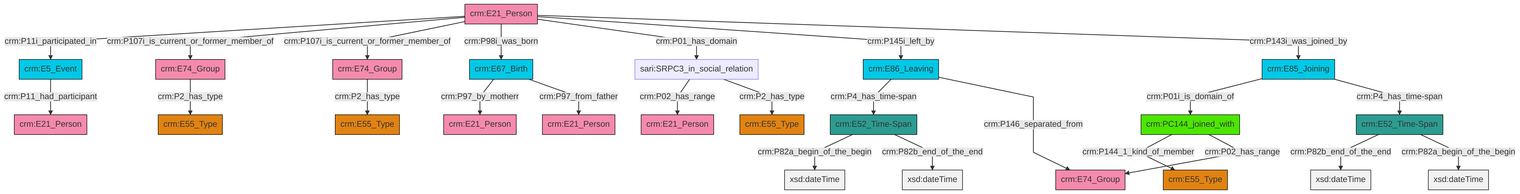
Earlier version of the Mermaid export et/personCSV/ttl/mmd/png/Person_Actor_Relations.png (swiss-art-research-net/reference-data-models). Its source is kept beside it as et/personCSV/ttl/mmd/Person_Actor_Relations.ttl.mmd.
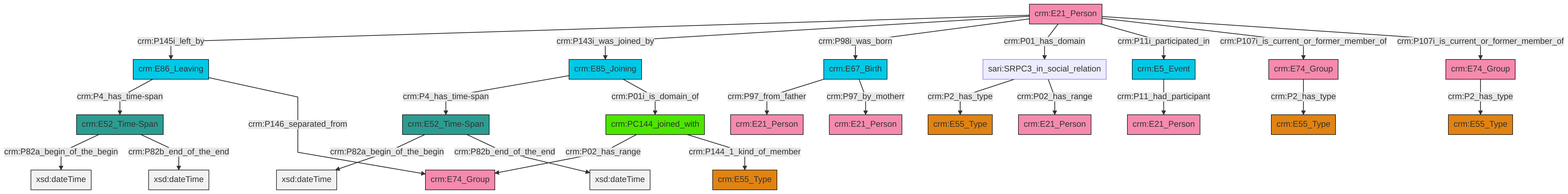
Later version of the same file.

What changed in the source:
```diff
@@ -13,27 +13,27 @@
 classDef PC_Classes fill:#4ce600, stroke:#000000;
 classDef Multi fill:#cccccc,stroke:#000000;
 
-4["crm:E21_Person"]:::Actor -->|crm:P11i_participated_in| 6["crm:E5_Event"]:::Temporal_Entity
-2["sari:SRPC3_in_social_relation"]:::Default -->|crm:P02_has_range| 7["crm:E21_Person"]:::Actor
-4["crm:E21_Person"]:::Actor -->|crm:P107i_is_current_or_former_member_of| 10["crm:E74_Group"]:::Actor
-4["crm:E21_Person"]:::Actor -->|crm:P107i_is_current_or_former_member_of| 17["crm:E74_Group"]:::Actor
-4["crm:E21_Person"]:::Actor -->|crm:P98i_was_born| 18["crm:E67_Birth"]:::Temporal_Entity
-4["crm:E21_Person"]:::Actor -->|crm:P01_has_domain| 2["sari:SRPC3_in_social_relation"]:::Default
-18["crm:E67_Birth"]:::Temporal_Entity -->|crm:P97_by_motherr| 8["crm:E21_Person"]:::Actor
-2["sari:SRPC3_in_social_relation"]:::Default -->|crm:P2_has_type| 22["crm:E55_Type"]:::Type
-4["crm:E21_Person"]:::Actor -->|crm:P145i_left_by| 0["crm:E86_Leaving"]:::Temporal_Entity
-26["crm:E52_Time-Span"]:::Time-Span -->|crm:P82a_begin_of_the_begin| 27[xsd:dateTime]:::Literal
-18["crm:E67_Birth"]:::Temporal_Entity -->|crm:P97_from_father| 28["crm:E21_Person"]:::Actor
-29["crm:PC144_joined_with"]:::PC_Classes -->|crm:P144_1_kind_of_member| 23["crm:E55_Type"]:::Type
-12["crm:E85_Joining"]:::Temporal_Entity -->|crm:P01i_is_domain_of| 29["crm:PC144_joined_with"]:::PC_Classes
-12["crm:E85_Joining"]:::Temporal_Entity -->|crm:P4_has_time-span| 31["crm:E52_Time-Span"]:::Time-Span
-0["crm:E86_Leaving"]:::Temporal_Entity -->|crm:P4_has_time-span| 26["crm:E52_Time-Span"]:::Time-Span
-4["crm:E21_Person"]:::Actor -->|crm:P143i_was_joined_by| 12["crm:E85_Joining"]:::Temporal_Entity
-31["crm:E52_Time-Span"]:::Time-Span -->|crm:P82b_end_of_the_end| 36[xsd:dateTime]:::Literal
-0["crm:E86_Leaving"]:::Temporal_Entity -->|crm:P146_separated_from| 19["crm:E74_Group"]:::Actor
-10["crm:E74_Group"]:::Actor -->|crm:P2_has_type| 37["crm:E55_Type"]:::Type
-29["crm:PC144_joined_with"]:::PC_Classes -->|crm:P02_has_range| 19["crm:E74_Group"]:::Actor
-26["crm:E52_Time-Span"]:::Time-Span -->|crm:P82b_end_of_the_end| 42[xsd:dateTime]:::Literal
-31["crm:E52_Time-Span"]:::Time-Span -->|crm:P82a_begin_of_the_begin| 44[xsd:dateTime]:::Literal
-17["crm:E74_Group"]:::Actor -->|crm:P2_has_type| 15["crm:E55_Type"]:::Type
-6["crm:E5_Event"]:::Temporal_Entity -->|crm:P11_had_participant| 45["crm:E21_Person"]:::Actor
+0["crm:E67_Birth"]:::Temporal_Entity -->|crm:P97_from_father| 1["crm:E21_Person"]:::Actor
+4["crm:E85_Joining"]:::Temporal_Entity -->|crm:P4_has_time-span| 5["crm:E52_Time-Span"]:::Time-Span
+6["crm:E21_Person"]:::Actor -->|crm:P145i_left_by| 7["crm:E86_Leaving"]:::Temporal_Entity
+6["crm:E21_Person"]:::Actor -->|crm:P143i_was_joined_by| 4["crm:E85_Joining"]:::Temporal_Entity
+12["crm:E52_Time-Span"]:::Time-Span -->|crm:P82a_begin_of_the_begin| 13[xsd:dateTime]:::Literal
+10["crm:PC144_joined_with"]:::PC_Classes -->|crm:P02_has_range| 14["crm:E74_Group"]:::Actor
+5["crm:E52_Time-Span"]:::Time-Span -->|crm:P82a_begin_of_the_begin| 17[xsd:dateTime]:::Literal
+6["crm:E21_Person"]:::Actor -->|crm:P98i_was_born| 0["crm:E67_Birth"]:::Temporal_Entity
+18["sari:SRPC3_in_social_relation"]:::Default -->|crm:P2_has_type| 19["crm:E55_Type"]:::Type
+20["crm:E5_Event"]:::Temporal_Entity -->|crm:P11_had_participant| 21["crm:E21_Person"]:::Actor
+31["crm:E74_Group"]:::Actor -->|crm:P2_has_type| 2["crm:E55_Type"]:::Type
+32["crm:E74_Group"]:::Actor -->|crm:P2_has_type| 24["crm:E55_Type"]:::Type
+0["crm:E67_Birth"]:::Temporal_Entity -->|crm:P97_by_motherr| 34["crm:E21_Person"]:::Actor
+7["crm:E86_Leaving"]:::Temporal_Entity -->|crm:P4_has_time-span| 12["crm:E52_Time-Span"]:::Time-Span
+18["sari:SRPC3_in_social_relation"]:::Default -->|crm:P02_has_range| 15["crm:E21_Person"]:::Actor
+6["crm:E21_Person"]:::Actor -->|crm:P01_has_domain| 18["sari:SRPC3_in_social_relation"]:::Default
+7["crm:E86_Leaving"]:::Temporal_Entity -->|crm:P146_separated_from| 14["crm:E74_Group"]:::Actor
+6["crm:E21_Person"]:::Actor -->|crm:P11i_participated_in| 20["crm:E5_Event"]:::Temporal_Entity
+6["crm:E21_Person"]:::Actor -->|crm:P107i_is_current_or_former_member_of| 32["crm:E74_Group"]:::Actor
+12["crm:E52_Time-Span"]:::Time-Span -->|crm:P82b_end_of_the_end| 40[xsd:dateTime]:::Literal
+4["crm:E85_Joining"]:::Temporal_Entity -->|crm:P01i_is_domain_of| 10["crm:PC144_joined_with"]:::PC_Classes
+10["crm:PC144_joined_with"]:::PC_Classes -->|crm:P144_1_kind_of_member| 22["crm:E55_Type"]:::Type
+6["crm:E21_Person"]:::Actor -->|crm:P107i_is_current_or_former_member_of| 31["crm:E74_Group"]:::Actor
+5["crm:E52_Time-Span"]:::Time-Span -->|crm:P82b_end_of_the_end| 42[xsd:dateTime]:::Literal
```
